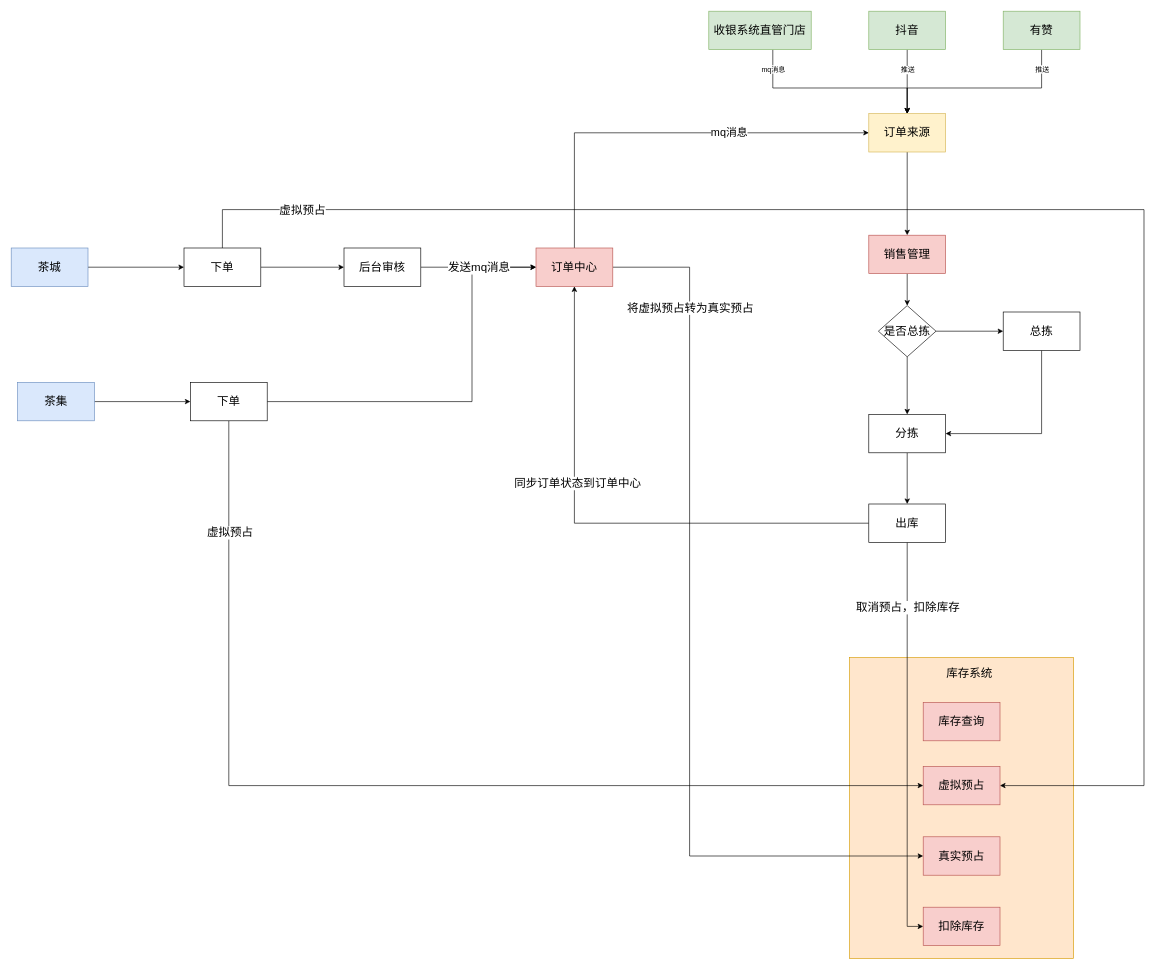
Above: 醉品系统业务流程.drawio in linbingxing/mind (draw.io), before the change. Source tidied: cells renumbered, new cells numbered last; positions are measured from the earlier drawing's top-left corner, leaving out a move shared by most shapes. Both pictures are drawn from the tidied source at 64%, with x=0, y=0 at pixel (11, 11).
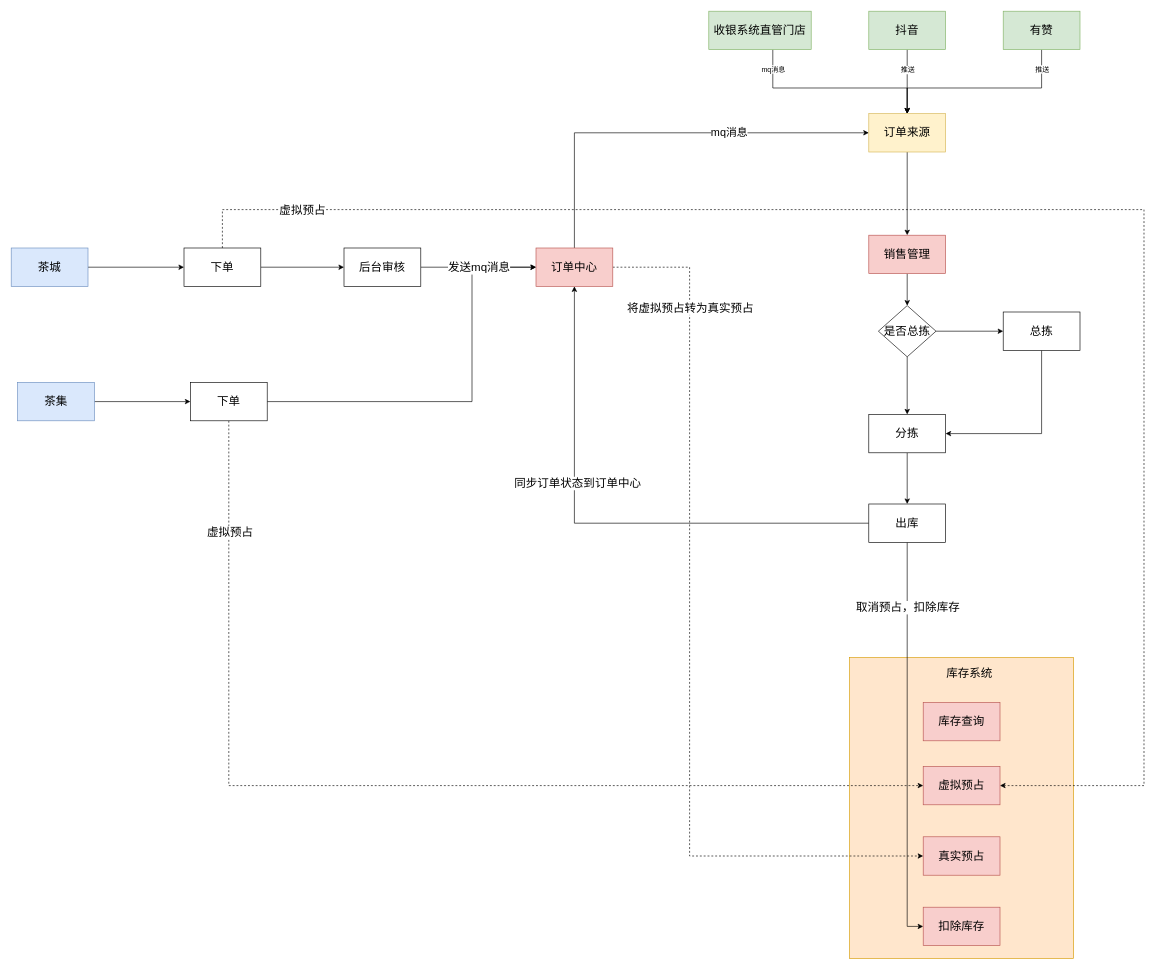
After the change.

Commit message:
更新醉品系统业务流程.drawio

The change refers to these unchanged cells:
```xml
<mxCell id="9" value="&lt;font style=&quot;font-size: 18px&quot;&gt;订单中心&lt;/font&gt;" style="rounded=0;whiteSpace=wrap;html=1;fillColor=#f8cecc;strokeColor=#b85450;" parent="1" vertex="1">
  <mxGeometry x="820" y="370" width="120" height="60" as="geometry" />
</mxCell>
<mxCell id="18" value="&lt;font style=&quot;font-size: 18px&quot;&gt;虚拟预占&lt;/font&gt;" style="rounded=0;whiteSpace=wrap;html=1;fillColor=#f8cecc;strokeColor=#b85450;" parent="1" vertex="1">
  <mxGeometry x="1425" y="1180" width="120" height="60" as="geometry" />
</mxCell>
<mxCell id="19" value="&lt;font style=&quot;font-size: 18px&quot;&gt;真实预占&lt;/font&gt;" style="rounded=0;whiteSpace=wrap;html=1;fillColor=#f8cecc;strokeColor=#b85450;" parent="1" vertex="1">
  <mxGeometry x="1425" y="1290" width="120" height="60" as="geometry" />
</mxCell>
<mxCell id="45" value="&lt;font style=&quot;font-size: 18px&quot;&gt;下单&lt;/font&gt;" style="whiteSpace=wrap;html=1;rounded=0;" parent="1" vertex="1">
  <mxGeometry x="270" y="370" width="120" height="60" as="geometry" />
</mxCell>
<mxCell id="52" value="&lt;font style=&quot;font-size: 18px&quot;&gt;下单&lt;/font&gt;" style="whiteSpace=wrap;html=1;rounded=0;" parent="1" vertex="1">
  <mxGeometry x="280" y="580" width="120" height="60" as="geometry" />
</mxCell>
```

What changed in the source:
```diff
@@
-    <mxCell id="7" style="edgeStyle=orthogonalEdgeStyle;rounded=0;jettySize=auto;html=1;entryX=0;entryY=0.5;entryDx=0;entryDy=0;" parent="1" edge="1" source="9" target="19">
+    <mxCell id="7" style="edgeStyle=orthogonalEdgeStyle;rounded=0;jettySize=auto;html=1;entryX=0;entryY=0.5;entryDx=0;entryDy=0;dashed=1;" parent="1" edge="1" source="9" target="19">
       <mxGeometry relative="1" as="geometry">
         <Array as="points">
           <mxPoint x="1060" y="400" />
           <mxPoint x="1060" y="1320" />
         </Array>
       </mxGeometry>
     </mxCell>
@@
-    <mxCell id="43" style="edgeStyle=orthogonalEdgeStyle;rounded=0;jettySize=auto;html=1;" parent="1" edge="1" source="45" target="18">
+    <mxCell id="43" style="edgeStyle=orthogonalEdgeStyle;rounded=0;jettySize=auto;html=1;dashed=1;" parent="1" edge="1" source="45" target="18">
       <mxGeometry relative="1" as="geometry">
         <Array as="points">
           <mxPoint x="330" y="310" />
           <mxPoint x="1770" y="310" />
           <mxPoint x="1770" y="1210" />
         </Array>
       </mxGeometry>
     </mxCell>
@@
-    <mxCell id="50" style="edgeStyle=orthogonalEdgeStyle;rounded=0;jettySize=auto;html=1;entryX=0;entryY=0.5;entryDx=0;entryDy=0;fontSize=18;" parent="1" edge="1" source="52" target="18">
+    <mxCell id="50" style="edgeStyle=orthogonalEdgeStyle;rounded=0;jettySize=auto;html=1;entryX=0;entryY=0.5;entryDx=0;entryDy=0;fontSize=18;dashed=1;" parent="1" edge="1" source="52" target="18">
       <mxGeometry relative="1" as="geometry">
         <Array as="points">
           <mxPoint x="340" y="1210" />
         </Array>
       </mxGeometry>
     </mxCell>
```
